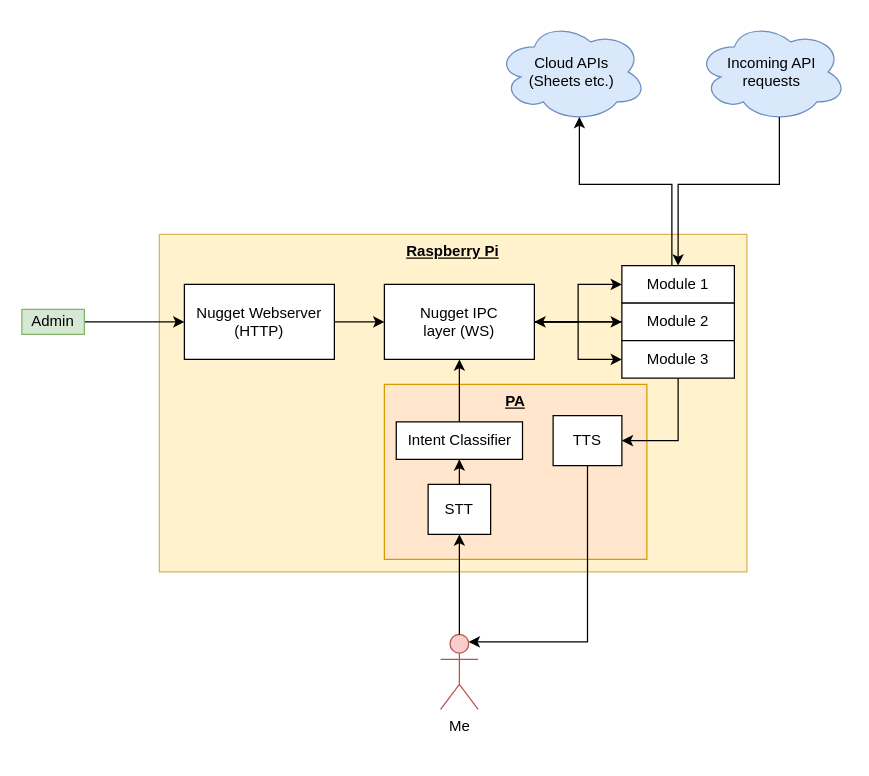
This is Nugget.drawio from Anshroid/Nugget, a draw.io file, before an edit. Source tidied: cells renumbered, new cells numbered last; positions are measured from the earlier drawing's top-left corner, leaving out a move shared by most shapes. Both pictures are drawn from the tidied source at 125%, with x=0, y=0 at pixel (21, 21).
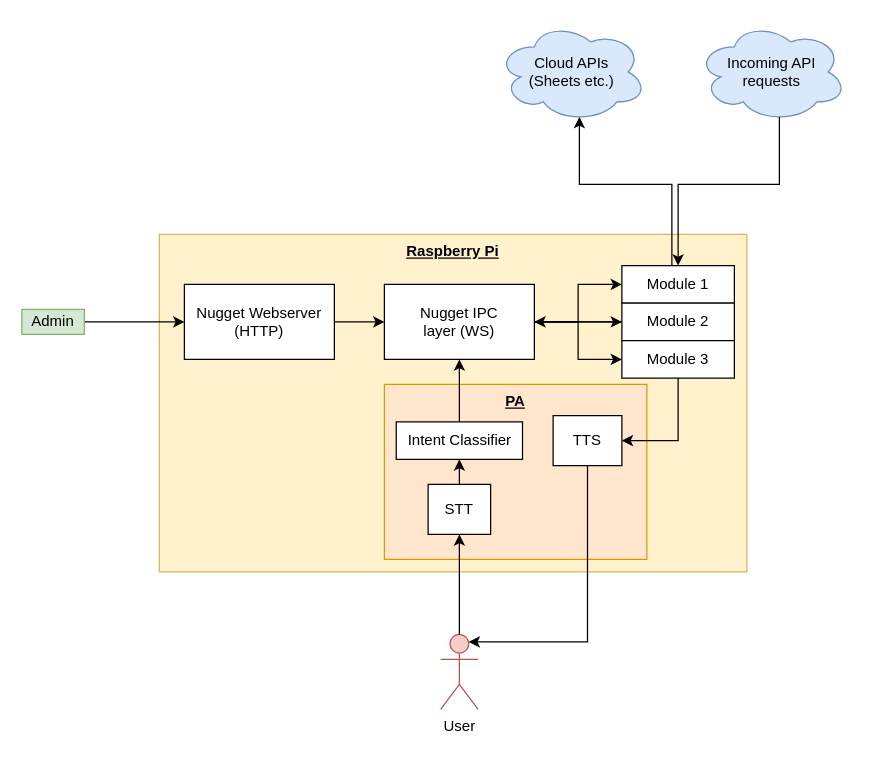
The same page after the edit.

The edit, as a diff of the source:
```diff
@@
-    <mxCell id="18" value="&lt;div&gt;Me&lt;/div&gt;&lt;div&gt;&lt;br&gt;&lt;/div&gt;" style="shape=umlActor;verticalLabelPosition=bottom;verticalAlign=top;html=1;outlineConnect=0;fillColor=#f8cecc;strokeColor=#b85450;" parent="1" vertex="1">
+    <mxCell id="18" value="&lt;div&gt;User&lt;/div&gt;&lt;div&gt;&lt;br&gt;&lt;/div&gt;" style="shape=umlActor;verticalLabelPosition=bottom;verticalAlign=top;html=1;outlineConnect=0;fillColor=#f8cecc;strokeColor=#b85450;" parent="1" vertex="1">
       <mxGeometry x="335" y="490" width="30" height="60" as="geometry" />
     </mxCell>
```
